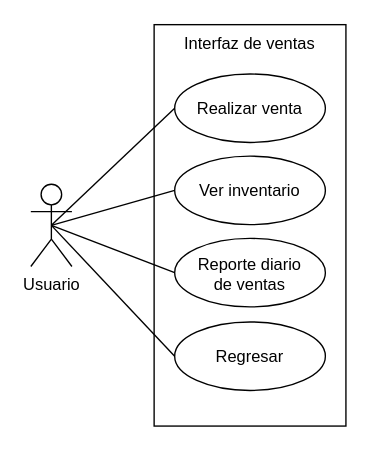
This is interfaz de ventas.drawio from Ovills/analisis, a draw.io file, before an edit. Source tidied: cells renumbered, new cells numbered last; positions are measured from the earlier drawing's top-left corner, leaving out a move shared by most shapes. Both pictures are drawn from the tidied source at 137%, with x=0, y=0 at pixel (30, 25).
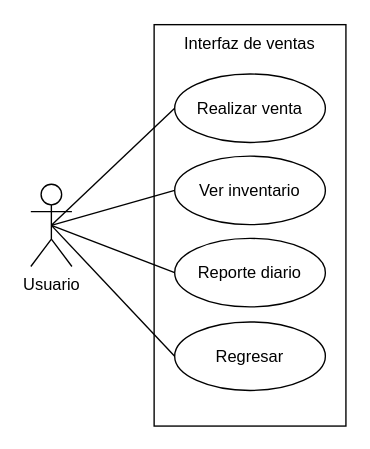
The same diagram, later.

Change to the diagram source:
```diff
@@
 <mxGraphModel>
   <root>
     <mxCell id="0" />
     <mxCell id="1" parent="0" />
     <mxCell id="2" value="Usuario" style="shape=umlActor;verticalLabelPosition=bottom;verticalAlign=top;html=1;outlineConnect=0;fillColor=none;" parent="1" vertex="1">
       <mxGeometry y="116" width="30" height="60" as="geometry" />
     </mxCell>
     <mxCell id="3" value="Interfaz de ventas" style="rounded=0;whiteSpace=wrap;html=1;fillColor=none;verticalAlign=top;" parent="1" vertex="1">
       <mxGeometry x="90" y="-0.5" width="140" height="293" as="geometry" />
     </mxCell>
     <mxCell id="4" value="Realizar venta" style="ellipse;whiteSpace=wrap;html=1;fillColor=none;" parent="1" vertex="1">
       <mxGeometry x="105" y="35.5" width="110" height="50" as="geometry" />
     </mxCell>
     <mxCell id="5" value="Ver inventario" style="ellipse;whiteSpace=wrap;html=1;fillColor=none;" parent="1" vertex="1">
       <mxGeometry x="105" y="95.5" width="110" height="50" as="geometry" />
     </mxCell>
-    <mxCell id="6" value="Reporte diario&lt;br&gt;de ventas" style="ellipse;whiteSpace=wrap;html=1;fillColor=none;spacingTop=3;" parent="1" vertex="1">
+    <mxCell id="6" value="Reporte diario" style="ellipse;whiteSpace=wrap;html=1;fillColor=none;spacingTop=1;" parent="1" vertex="1">
       <mxGeometry x="105" y="155.5" width="110" height="50" as="geometry" />
     </mxCell>
     <mxCell id="7" style="endArrow=none;html=1;rounded=0;exitX=0.5;exitY=0.5;exitDx=0;exitDy=0;exitPerimeter=0;entryX=0;entryY=0.5;entryDx=0;entryDy=0;" parent="1" edge="1" source="2" target="4">
       <mxGeometry relative="1" as="geometry" />
     </mxCell>
     <mxCell id="8" style="endArrow=none;html=1;rounded=0;exitX=0.5;exitY=0.5;exitDx=0;exitDy=0;exitPerimeter=0;entryX=0;entryY=0.5;entryDx=0;entryDy=0;" parent="1" edge="1" source="2" target="5">
       <mxGeometry relative="1" as="geometry" />
     </mxCell>
     <mxCell id="9" style="endArrow=none;html=1;rounded=0;entryX=0;entryY=0.5;entryDx=0;entryDy=0;exitX=0.5;exitY=0.5;exitDx=0;exitDy=0;exitPerimeter=0;" parent="1" edge="1" source="2" target="6">
       <mxGeometry relative="1" as="geometry" />
     </mxCell>
     <mxCell id="10" value="Regresar" style="ellipse;whiteSpace=wrap;html=1;fillColor=none;" parent="1" vertex="1">
       <mxGeometry x="105" y="216.5" width="110" height="50" as="geometry" />
     </mxCell>
     <mxCell id="11" style="endArrow=none;html=1;rounded=0;entryX=0;entryY=0.5;entryDx=0;entryDy=0;exitX=0.5;exitY=0.5;exitDx=0;exitDy=0;exitPerimeter=0;" parent="1" edge="1" source="2" target="10">
       <mxGeometry relative="1" as="geometry" />
     </mxCell>
   </root>
 </mxGraphModel>
```
